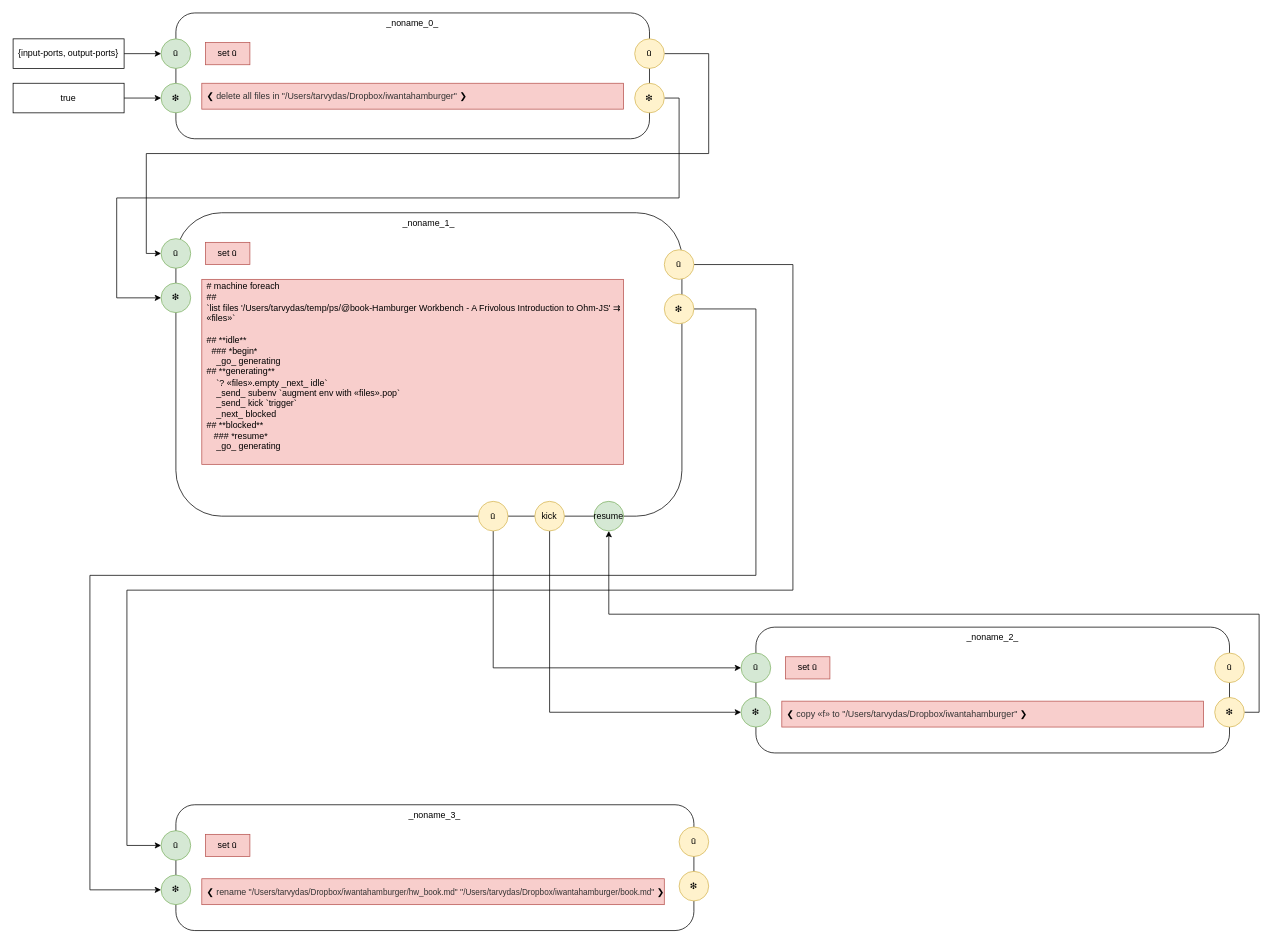
guitarvydas/hamburgerworkbenchT0D keeps this draw.io diagram as page "4. foreach rewritten as markdown" (4 of 7) of app.drawio. Above is the earlier version. Source tidied: cells renumbered, new cells numbered last; positions are measured from the earlier drawing's top-left corner, leaving out a move shared by most shapes. Both pictures are drawn from the tidied source at 74%, with x=0, y=0 at pixel (13, 13).
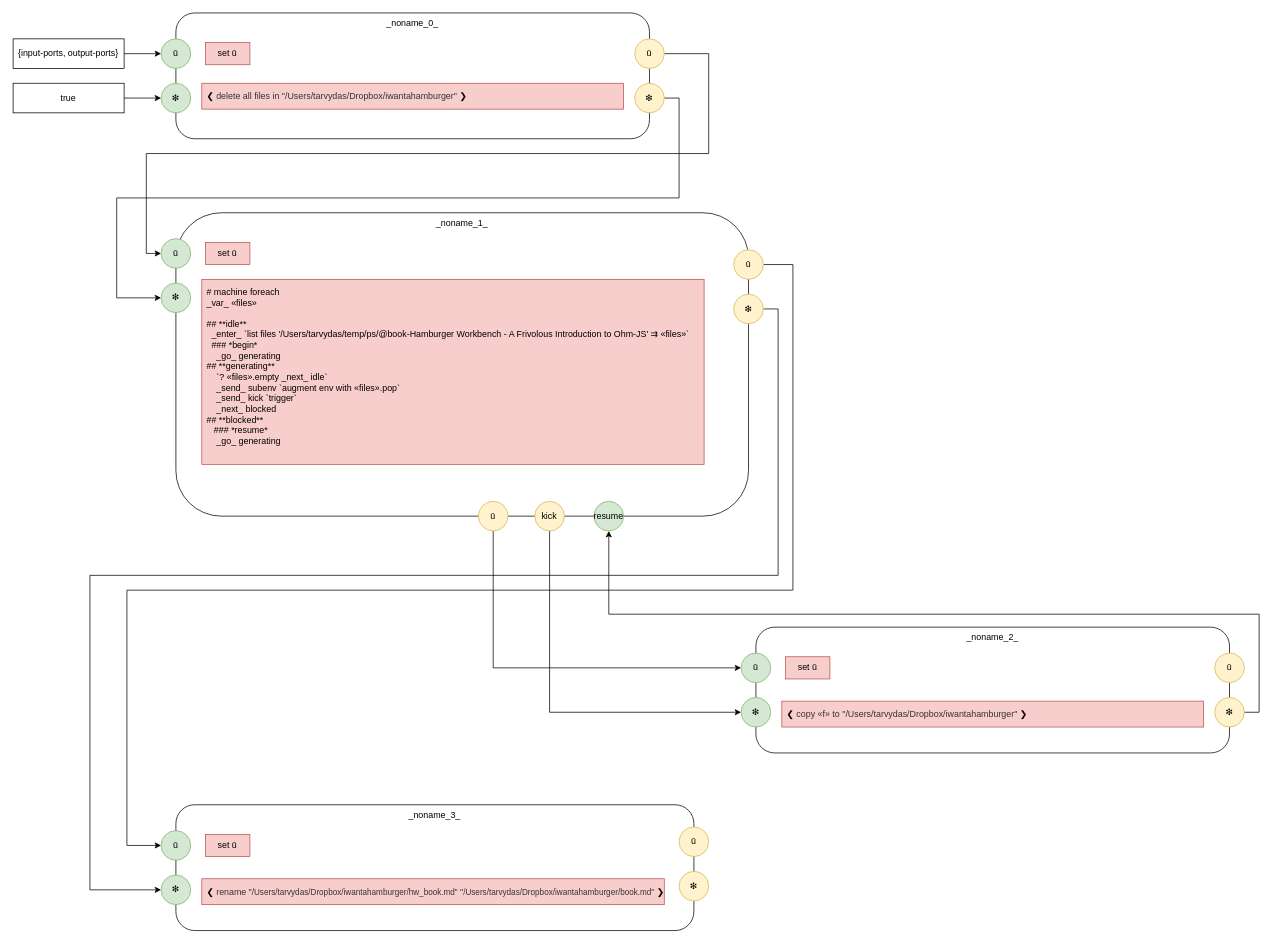
After the change.

Unchanged cells that the change refers to:
```xml
<mxCell id="37" value="❇︎" style="ellipse;whiteSpace=wrap;html=1;align=center;fillColor=#d5e8d4;strokeColor=#82b366;" parent="1" vertex="1">
  <mxGeometry x="200.2" y="1165" width="40" height="40" as="geometry" />
</mxCell>
```

Diff of the diagram source:
```diff
@@
     <mxCell id="2" value="_noname_1_" style="rounded=1;whiteSpace=wrap;html=1;align=center;verticalAlign=top;" parent="1" vertex="1">
-      <mxGeometry x="220.2" y="270" width="683.8" height="410" as="geometry" />
+      <mxGeometry x="220.2" y="270" width="773.8" height="410" as="geometry" />
     </mxCell>
@@
-    <mxCell id="7" value="&lt;div&gt;# machine foreach&lt;/div&gt;&lt;div&gt;##&amp;nbsp;&lt;/div&gt;&lt;div&gt;`list files '/Users/tarvydas/temp/ps/@book-Hamburger Workbench - A Frivolous Introduction to Ohm-JS' ⇉ «files»`&lt;/div&gt;&lt;div&gt;&lt;br&gt;&lt;/div&gt;&lt;div&gt;## **idle**&lt;/div&gt;&lt;div&gt;&amp;nbsp; ### *begin*&lt;/div&gt;&lt;div&gt;&amp;nbsp; &amp;nbsp; _go_ generating&lt;/div&gt;&lt;div&gt;## **generating**&lt;/div&gt;&lt;div&gt;&amp;nbsp; &amp;nbsp; `? «files».empty _next_ idle`&lt;/div&gt;&lt;div&gt;&amp;nbsp; &amp;nbsp; _send_ subenv `augment env with «files».pop`&lt;/div&gt;&lt;div&gt;&amp;nbsp; &amp;nbsp; _send_ kick `trigger`&lt;/div&gt;&lt;div&gt;&amp;nbsp; &amp;nbsp; _next_ blocked&lt;/div&gt;&lt;div&gt;## **blocked**&lt;/div&gt;&lt;div&gt;&amp;nbsp; &amp;nbsp;### *resume*&lt;/div&gt;&lt;div&gt;&amp;nbsp; &amp;nbsp; _go_ generating&lt;/div&gt;&lt;div&gt;&lt;br&gt;&lt;/div&gt;" style="rounded=0;whiteSpace=wrap;html=1;align=left;fillColor=#f8cecc;strokeColor=#b85450;spacingLeft=5;" parent="1" vertex="1">
-      <mxGeometry x="255.2" y="360" width="570" height="250" as="geometry" />
+    <mxCell id="7" value="&lt;div&gt;# machine foreach&lt;/div&gt;&lt;div&gt;&lt;/div&gt;_var_ «files»&lt;div&gt;&lt;br&gt;&lt;/div&gt;&lt;div&gt;## **idle**&lt;/div&gt;&lt;div&gt;&amp;nbsp; _enter_ `list files '/Users/tarvydas/temp/ps/@book-Hamburger Workbench - A Frivolous Introduction to Ohm-JS' ⇉ «files»`&lt;br&gt;&lt;/div&gt;&lt;div&gt;&amp;nbsp; ### *begin*&lt;/div&gt;&lt;div&gt;&lt;span&gt;&amp;nbsp; &amp;nbsp; _go_ generating&lt;/span&gt;&lt;br&gt;&lt;/div&gt;&lt;div&gt;## **generating**&lt;/div&gt;&lt;div&gt;&amp;nbsp; &amp;nbsp; `? «files».empty _next_ idle`&lt;/div&gt;&lt;div&gt;&amp;nbsp; &amp;nbsp; _send_ subenv `augment env with «files».pop`&lt;/div&gt;&lt;div&gt;&amp;nbsp; &amp;nbsp; _send_ kick `trigger`&lt;/div&gt;&lt;div&gt;&amp;nbsp; &amp;nbsp; _next_ blocked&lt;/div&gt;&lt;div&gt;## **blocked**&lt;/div&gt;&lt;div&gt;&amp;nbsp; &amp;nbsp;### *resume*&lt;/div&gt;&lt;div&gt;&amp;nbsp; &amp;nbsp; _go_ generating&lt;/div&gt;&lt;div&gt;&lt;br&gt;&lt;/div&gt;" style="rounded=0;whiteSpace=wrap;html=1;align=left;fillColor=#f8cecc;strokeColor=#b85450;spacingLeft=5;" parent="1" vertex="1">
+      <mxGeometry x="255.2" y="360" width="678.8" height="250" as="geometry" />
     </mxCell>
@@
     <mxCell id="18" value="ū" style="ellipse;whiteSpace=wrap;html=1;align=center;fillColor=#fff2cc;strokeColor=#d6b656;" parent="1" vertex="1">
-      <mxGeometry x="880.2" y="320" width="40" height="40" as="geometry" />
+      <mxGeometry x="974" y="320" width="40" height="40" as="geometry" />
     </mxCell>
@@
     <mxCell id="20" style="edgeStyle=orthogonalEdgeStyle;rounded=0;jettySize=auto;html=1;exitX=1;exitY=0.5;exitDx=0;exitDy=0;entryX=0;entryY=0.5;entryDx=0;entryDy=0;align=center;" parent="1" edge="1" source="21" target="37">
       <mxGeometry relative="1" as="geometry">
         <Array as="points">
-          <mxPoint x="1004" y="400" />
-          <mxPoint x="1004" y="760" />
+          <mxPoint x="1034" y="400" />
+          <mxPoint x="1034" y="760" />
           <mxPoint x="104" y="760" />
           <mxPoint x="104" y="1185" />
         </Array>
       </mxGeometry>
     </mxCell>
     <mxCell id="21" value="❇︎" style="ellipse;whiteSpace=wrap;html=1;align=center;fillColor=#fff2cc;strokeColor=#d6b656;" parent="1" vertex="1">
-      <mxGeometry x="880.2" y="380" width="40" height="40" as="geometry" />
+      <mxGeometry x="974" y="380" width="40" height="40" as="geometry" />
     </mxCell>
```
